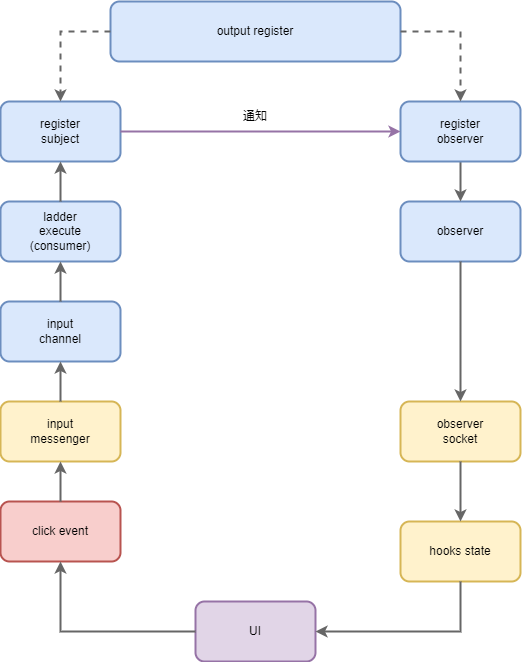
Above: docs/img/execute-mode.png in ystsbry/ladder-shimulator (draw.io), before the change. Source tidied: cells renumbered, new cells last; positions are measured from the earlier drawing's top-left corner, leaving out a move shared by most shapes. Source of this version:
```xml
<mxGraphModel>
  <root>
    <mxCell id="0" />
    <mxCell id="1" parent="0" />
    <mxCell id="2" value="output register" style="rounded=1;whiteSpace=wrap;html=1;strokeWidth=2;fillColor=#dae8fc;strokeColor=#6c8ebf;" parent="1" vertex="1">
      <mxGeometry x="110" width="290" height="60" as="geometry" />
    </mxCell>
    <mxCell id="3" value="ladder&lt;br&gt;execute&lt;br&gt;(consumer)" style="rounded=1;whiteSpace=wrap;html=1;strokeWidth=2;fillColor=#dae8fc;strokeColor=#6c8ebf;" parent="1" vertex="1">
      <mxGeometry y="200" width="120" height="60" as="geometry" />
    </mxCell>
    <mxCell id="4" value="input&lt;br&gt;channel" style="rounded=1;whiteSpace=wrap;html=1;strokeWidth=2;fillColor=#dae8fc;strokeColor=#6c8ebf;" parent="1" vertex="1">
      <mxGeometry y="300" width="120" height="60" as="geometry" />
    </mxCell>
    <mxCell id="5" value="observer" style="rounded=1;whiteSpace=wrap;html=1;strokeWidth=2;fillColor=#dae8fc;strokeColor=#6c8ebf;" parent="1" vertex="1">
      <mxGeometry x="400" y="200" width="120" height="60" as="geometry" />
    </mxCell>
    <mxCell id="6" value="observer&lt;br&gt;socket" style="rounded=1;whiteSpace=wrap;html=1;strokeWidth=2;fillColor=#fff2cc;strokeColor=#d6b656;" parent="1" vertex="1">
      <mxGeometry x="400" y="400" width="120" height="60" as="geometry" />
    </mxCell>
    <mxCell id="7" value="UI" style="rounded=1;whiteSpace=wrap;html=1;strokeWidth=2;fillColor=#e1d5e7;strokeColor=#9673a6;" parent="1" vertex="1">
      <mxGeometry x="195" y="600" width="120" height="60" as="geometry" />
    </mxCell>
    <mxCell id="8" style="endArrow=classic;html=1;rounded=0;strokeWidth=2;fillColor=#f5f5f5;strokeColor=#666666;exitX=0.5;exitY=1;exitDx=0;exitDy=0;entryX=0.5;entryY=0;entryDx=0;entryDy=0;" parent="1" edge="1" source="12" target="5">
      <mxGeometry relative="1" as="geometry" />
    </mxCell>
    <mxCell id="9" value="input&lt;br&gt;messenger" style="rounded=1;whiteSpace=wrap;html=1;strokeWidth=2;fillColor=#fff2cc;strokeColor=#d6b656;" parent="1" vertex="1">
      <mxGeometry y="400" width="120" height="60" as="geometry" />
    </mxCell>
    <mxCell id="10" style="endArrow=classic;html=1;rounded=0;strokeWidth=2;fillColor=#f5f5f5;strokeColor=#666666;entryX=0.5;entryY=1;entryDx=0;entryDy=0;exitX=0.5;exitY=0;exitDx=0;exitDy=0;" parent="1" edge="1" source="4" target="3">
      <mxGeometry relative="1" as="geometry" />
    </mxCell>
    <mxCell id="11" value="register&lt;br&gt;subject" style="rounded=1;whiteSpace=wrap;html=1;strokeWidth=2;fillColor=#dae8fc;strokeColor=#6c8ebf;" parent="1" vertex="1">
      <mxGeometry y="100" width="120" height="60" as="geometry" />
    </mxCell>
    <mxCell id="12" value="register&lt;br&gt;observer" style="rounded=1;whiteSpace=wrap;html=1;strokeWidth=2;fillColor=#dae8fc;strokeColor=#6c8ebf;" parent="1" vertex="1">
      <mxGeometry x="400" y="100" width="120" height="60" as="geometry" />
    </mxCell>
    <mxCell id="13" style="endArrow=classic;html=1;rounded=0;strokeWidth=2;fillColor=#f5f5f5;strokeColor=#666666;exitX=0.5;exitY=0;exitDx=0;exitDy=0;entryX=0.5;entryY=1;entryDx=0;entryDy=0;" parent="1" edge="1" source="3" target="11">
      <mxGeometry relative="1" as="geometry" />
    </mxCell>
    <mxCell id="14" style="endArrow=classic;html=1;rounded=0;strokeWidth=2;fillColor=#f5f5f5;strokeColor=#666666;dashed=1;entryX=0.5;entryY=0;entryDx=0;entryDy=0;exitX=0;exitY=0.5;exitDx=0;exitDy=0;" parent="1" edge="1" source="2" target="11">
      <mxGeometry relative="1" as="geometry">
        <Array as="points">
          <mxPoint x="60" y="30" />
        </Array>
      </mxGeometry>
    </mxCell>
    <mxCell id="15" style="endArrow=classic;html=1;rounded=0;strokeWidth=2;fillColor=#f5f5f5;strokeColor=#666666;dashed=1;entryX=0.5;entryY=0;entryDx=0;entryDy=0;exitX=1;exitY=0.5;exitDx=0;exitDy=0;" parent="1" edge="1" source="2" target="12">
      <mxGeometry relative="1" as="geometry">
        <Array as="points">
          <mxPoint x="460" y="30" />
        </Array>
      </mxGeometry>
    </mxCell>
    <mxCell id="16" style="endArrow=classic;html=1;rounded=0;strokeWidth=2;fillColor=#e1d5e7;strokeColor=#9673a6;entryX=0;entryY=0.5;entryDx=0;entryDy=0;exitX=1;exitY=0.5;exitDx=0;exitDy=0;" parent="1" edge="1" source="11" target="12">
      <mxGeometry relative="1" as="geometry" />
    </mxCell>
    <mxCell id="17" value="通知" style="text;html=1;strokeColor=none;fillColor=none;align=center;verticalAlign=middle;whiteSpace=wrap;rounded=0;strokeWidth=2;" parent="1" vertex="1">
      <mxGeometry x="225" y="100" width="60" height="30" as="geometry" />
    </mxCell>
    <mxCell id="18" style="endArrow=classic;html=1;rounded=0;strokeWidth=2;fillColor=#f5f5f5;strokeColor=#666666;entryX=0.5;entryY=1;entryDx=0;entryDy=0;exitX=0.5;exitY=0;exitDx=0;exitDy=0;" parent="1" edge="1" source="9" target="4">
      <mxGeometry relative="1" as="geometry" />
    </mxCell>
    <mxCell id="19" style="endArrow=classic;html=1;rounded=0;strokeWidth=2;fillColor=#f5f5f5;strokeColor=#666666;entryX=0.5;entryY=0;entryDx=0;entryDy=0;exitX=0.5;exitY=1;exitDx=0;exitDy=0;" parent="1" edge="1" source="5" target="6">
      <mxGeometry relative="1" as="geometry" />
    </mxCell>
    <mxCell id="20" value="click event" style="rounded=1;whiteSpace=wrap;html=1;strokeWidth=2;fillColor=#f8cecc;strokeColor=#b85450;" parent="1" vertex="1">
      <mxGeometry y="500" width="120" height="60" as="geometry" />
    </mxCell>
    <mxCell id="21" value="hooks state&lt;br&gt;" style="rounded=1;whiteSpace=wrap;html=1;strokeWidth=2;fillColor=#fff2cc;strokeColor=#d6b656;" parent="1" vertex="1">
      <mxGeometry x="400" y="520" width="120" height="60" as="geometry" />
    </mxCell>
    <mxCell id="22" style="endArrow=classic;html=1;rounded=0;strokeWidth=2;fillColor=#f5f5f5;strokeColor=#666666;entryX=0.5;entryY=1;entryDx=0;entryDy=0;exitX=0.5;exitY=0;exitDx=0;exitDy=0;" parent="1" edge="1" source="20" target="9">
      <mxGeometry relative="1" as="geometry" />
    </mxCell>
    <mxCell id="23" style="endArrow=classic;html=1;rounded=0;strokeWidth=2;fillColor=#f5f5f5;strokeColor=#666666;entryX=0.5;entryY=1;entryDx=0;entryDy=0;exitX=0;exitY=0.5;exitDx=0;exitDy=0;" parent="1" edge="1" source="7" target="20">
      <mxGeometry relative="1" as="geometry">
        <Array as="points">
          <mxPoint x="60" y="630" />
        </Array>
      </mxGeometry>
    </mxCell>
    <mxCell id="24" style="endArrow=classic;html=1;rounded=0;strokeWidth=2;fillColor=#f5f5f5;strokeColor=#666666;entryX=0.5;entryY=0;entryDx=0;entryDy=0;exitX=0.5;exitY=1;exitDx=0;exitDy=0;" parent="1" edge="1" source="6" target="21">
      <mxGeometry relative="1" as="geometry" />
    </mxCell>
    <mxCell id="25" style="endArrow=classic;html=1;rounded=0;strokeWidth=2;fillColor=#f5f5f5;strokeColor=#666666;entryX=1;entryY=0.5;entryDx=0;entryDy=0;exitX=0.5;exitY=1;exitDx=0;exitDy=0;" parent="1" edge="1" source="21" target="7">
      <mxGeometry relative="1" as="geometry">
        <Array as="points">
          <mxPoint x="460" y="630" />
        </Array>
      </mxGeometry>
    </mxCell>
  </root>
</mxGraphModel>
```
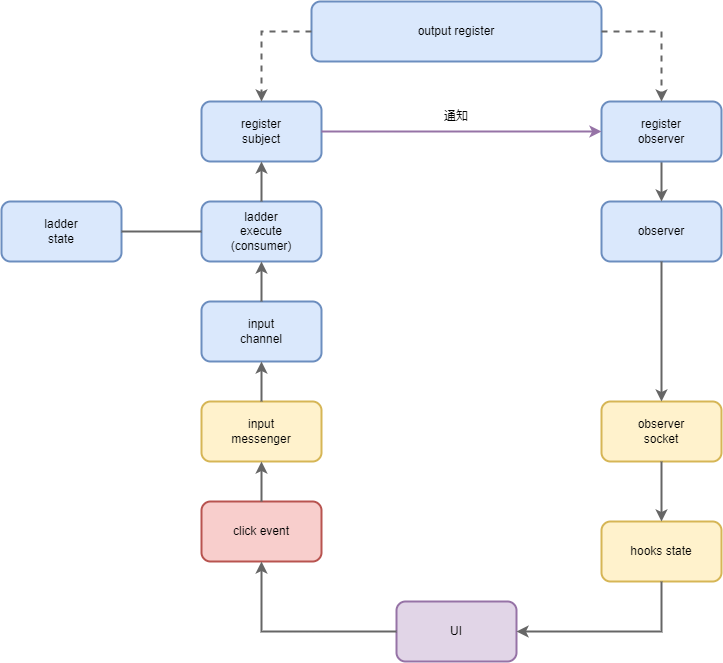
The same file after the commit.

Commit message:
実行モードのやつ修正

Diff of the diagram source:
```diff
@@ -90,5 +90,11 @@
         </Array>
       </mxGeometry>
     </mxCell>
+    <mxCell id="26" value="ladder&lt;br&gt;state" style="rounded=1;whiteSpace=wrap;html=1;strokeWidth=2;fillColor=#dae8fc;strokeColor=#6c8ebf;" parent="1" vertex="1">
+      <mxGeometry x="-200" y="200" width="120" height="60" as="geometry" />
+    </mxCell>
+    <mxCell id="27" style="endArrow=none;html=1;rounded=0;strokeWidth=2;fillColor=#f5f5f5;strokeColor=#666666;entryX=0;entryY=0.5;entryDx=0;entryDy=0;exitX=1;exitY=0.5;exitDx=0;exitDy=0;" parent="1" edge="1" source="26" target="3">
+      <mxGeometry relative="1" as="geometry" />
+    </mxCell>
   </root>
 </mxGraphModel>
```
